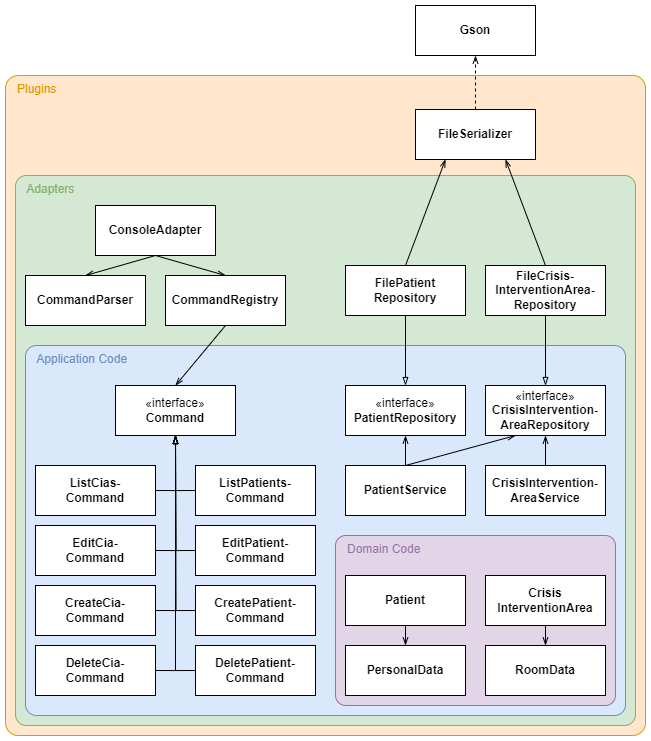
This is docs/img/architecture.drawio.png from Christian-2003/psychiatric-management-tool, a draw.io export, as it was before one commit. Source tidied: cells renumbered, new cells last; positions are measured from the earlier drawing's top-left corner, leaving out a move shared by most shapes.
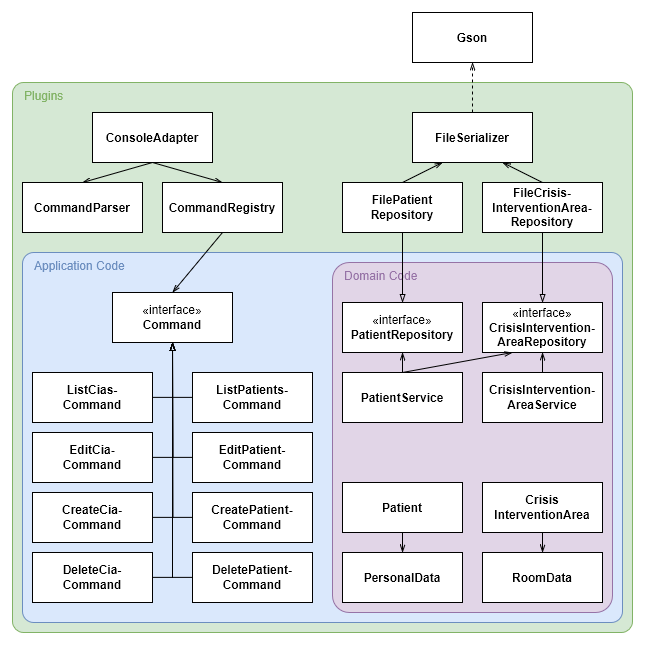
After the commit.

Commit message:
Changes to clean architecture

The edit, as a diff of the source:
```diff
@@ -2,17 +2,14 @@
   <root>
     <mxCell id="0" />
     <mxCell id="1" parent="0" />
-    <mxCell id="2" value="&amp;nbsp; &amp;nbsp;Plugins" style="rounded=1;whiteSpace=wrap;html=1;fillColor=#ffe6cc;strokeColor=#D79B00;align=left;verticalAlign=top;fontColor=#D79B00;arcSize=2;" parent="1" vertex="1">
-      <mxGeometry y="70" width="640" height="660" as="geometry" />
-    </mxCell>
-    <mxCell id="3" value="&amp;nbsp; &amp;nbsp;Adapters" style="rounded=1;whiteSpace=wrap;html=1;fillColor=#d5e8d4;strokeColor=#82B366;align=left;verticalAlign=top;fontColor=#82B366;arcSize=2;" parent="1" vertex="1">
+    <mxCell id="3" value="&amp;nbsp;&amp;nbsp; Plugins" style="rounded=1;whiteSpace=wrap;html=1;fillColor=#d5e8d4;strokeColor=#82B366;align=left;verticalAlign=top;fontColor=#82B366;arcSize=2;" parent="1" vertex="1">
       <mxGeometry x="10" y="170" width="620" height="550" as="geometry" />
     </mxCell>
     <mxCell id="4" value="&amp;nbsp; &amp;nbsp;Application Code" style="rounded=1;whiteSpace=wrap;html=1;fillColor=#dae8fc;strokeColor=#6c8ebf;align=left;verticalAlign=top;fontColor=#6C8EBF;arcSize=3;" parent="1" vertex="1">
       <mxGeometry x="20" y="340" width="600" height="370" as="geometry" />
     </mxCell>
     <mxCell id="5" value="&amp;nbsp; &amp;nbsp;Domain Code" style="rounded=1;whiteSpace=wrap;html=1;fillColor=#e1d5e7;strokeColor=#9673a6;align=left;verticalAlign=top;fontStyle=0;fontColor=#9673A6;arcSize=6;" parent="1" vertex="1">
-      <mxGeometry x="330" y="530" width="280" height="170" as="geometry" />
+      <mxGeometry x="330" y="350" width="280" height="350" as="geometry" />
     </mxCell>
     <mxCell id="6" value="PersonalData" style="rounded=0;whiteSpace=wrap;html=1;fontStyle=1;" parent="1" vertex="1">
       <mxGeometry x="340" y="640" width="120" height="50" as="geometry" />
@@ -36,13 +33,13 @@
       <mxGeometry relative="1" as="geometry" />
     </mxCell>
     <mxCell id="13" value="&lt;div&gt;&lt;font style=&quot;background-color: light-dark(#ffffff, var(--ge-dark-color, #121212));&quot; face=&quot;Helvetica&quot;&gt;&lt;span style=&quot;text-align: left; white-space-collapse: break-spaces;&quot;&gt;«i&lt;/span&gt;nterface&lt;span style=&quot;text-align: left; white-space-collapse: break-spaces; color: rgb(34, 34, 34);&quot;&gt;&lt;font&gt;»&lt;/font&gt;&lt;/span&gt;&lt;/font&gt;&lt;/div&gt;&lt;font&gt;&lt;b style=&quot;background-color: light-dark(#ffffff, var(--ge-dark-color, #121212));&quot;&gt;PatientRepository&lt;/b&gt;&lt;/font&gt;" style="rounded=0;whiteSpace=wrap;html=1;" parent="1" vertex="1">
-      <mxGeometry x="340" y="380" width="120" height="50" as="geometry" />
+      <mxGeometry x="340" y="390" width="120" height="50" as="geometry" />
     </mxCell>
     <mxCell id="14" style="edgeStyle=orthogonalEdgeStyle;rounded=0;jettySize=auto;html=1;exitX=0.5;exitY=1;exitDx=0;exitDy=0;entryX=0.5;entryY=0;entryDx=0;entryDy=0;endArrow=blockThin;endFill=0;" parent="1" edge="1" source="20" target="15">
       <mxGeometry relative="1" as="geometry" />
     </mxCell>
     <mxCell id="15" value="&lt;div&gt;&lt;font style=&quot;background-color: light-dark(#ffffff, var(--ge-dark-color, #121212));&quot; face=&quot;Helvetica&quot;&gt;&lt;span style=&quot;text-align: left; white-space-collapse: break-spaces;&quot;&gt;«i&lt;/span&gt;nterface&lt;span style=&quot;text-align: left; white-space-collapse: break-spaces;&quot;&gt;&lt;font style=&quot;&quot;&gt;»&lt;/font&gt;&lt;/span&gt;&lt;/font&gt;&lt;/div&gt;&lt;font&gt;&lt;b style=&quot;background-color: light-dark(#ffffff, var(--ge-dark-color, #121212));&quot;&gt;CrisisIntervention-&lt;/b&gt;&lt;/font&gt;&lt;div&gt;&lt;font&gt;&lt;b style=&quot;background-color: light-dark(#ffffff, var(--ge-dark-color, #121212));&quot;&gt;AreaRepository&lt;/b&gt;&lt;/font&gt;&lt;/div&gt;" style="rounded=0;whiteSpace=wrap;html=1;" parent="1" vertex="1">
-      <mxGeometry x="480" y="380" width="120" height="50" as="geometry" />
+      <mxGeometry x="480" y="390" width="120" height="50" as="geometry" />
     </mxCell>
     <mxCell id="16" style="rounded=0;jettySize=auto;html=1;exitX=0.5;exitY=1;exitDx=0;exitDy=0;entryX=0.5;entryY=0;entryDx=0;entryDy=0;endArrow=openThin;endFill=0;" parent="1" edge="1" source="18" target="50">
       <mxGeometry relative="1" as="geometry" />
@@ -57,22 +54,22 @@
       <mxGeometry relative="1" as="geometry" />
     </mxCell>
     <mxCell id="20" value="&lt;div&gt;&lt;b style=&quot;color: light-dark(rgb(0, 0, 0), rgb(255, 255, 255)); background-color: light-dark(#ffffff, var(--ge-dark-color, #121212));&quot;&gt;FileCrisis-&lt;/b&gt;&lt;/div&gt;&lt;div&gt;&lt;b style=&quot;color: light-dark(rgb(0, 0, 0), rgb(255, 255, 255)); background-color: light-dark(#ffffff, var(--ge-dark-color, #121212));&quot;&gt;Intervention&lt;/b&gt;&lt;b style=&quot;color: light-dark(rgb(0, 0, 0), rgb(255, 255, 255)); background-color: light-dark(#ffffff, var(--ge-dark-color, #121212));&quot;&gt;Area-&lt;/b&gt;&lt;/div&gt;&lt;div&gt;&lt;b style=&quot;color: light-dark(rgb(0, 0, 0), rgb(255, 255, 255)); background-color: light-dark(#ffffff, var(--ge-dark-color, #121212));&quot;&gt;Repository&lt;/b&gt;&lt;/div&gt;" style="rounded=0;whiteSpace=wrap;html=1;" parent="1" vertex="1">
-      <mxGeometry x="480" y="260" width="120" height="50" as="geometry" />
+      <mxGeometry x="480" y="270" width="120" height="50" as="geometry" />
     </mxCell>
     <mxCell id="21" style="rounded=0;jettySize=auto;html=1;exitX=0.5;exitY=0;exitDx=0;exitDy=0;entryX=0.25;entryY=1;entryDx=0;entryDy=0;endArrow=openThin;endFill=0;" parent="1" edge="1" source="22" target="24">
       <mxGeometry relative="1" as="geometry" />
     </mxCell>
     <mxCell id="22" value="&lt;div&gt;&lt;span style=&quot;background-color: rgb(255, 255, 255);&quot;&gt;&lt;b&gt;FilePatient&lt;/b&gt;&lt;/span&gt;&lt;/div&gt;&lt;div&gt;&lt;span style=&quot;background-color: rgb(255, 255, 255);&quot;&gt;&lt;b&gt;Repository&lt;/b&gt;&lt;/span&gt;&lt;/div&gt;" style="rounded=0;whiteSpace=wrap;html=1;" parent="1" vertex="1">
-      <mxGeometry x="340" y="260" width="120" height="50" as="geometry" />
+      <mxGeometry x="340" y="270" width="120" height="50" as="geometry" />
     </mxCell>
     <mxCell id="23" style="edgeStyle=orthogonalEdgeStyle;rounded=0;jettySize=auto;html=1;exitX=0.5;exitY=0;exitDx=0;exitDy=0;entryX=0.5;entryY=1;entryDx=0;entryDy=0;endArrow=openThin;endFill=0;dashed=1;" parent="1" edge="1" source="24" target="25">
       <mxGeometry relative="1" as="geometry" />
     </mxCell>
     <mxCell id="24" value="&lt;b&gt;FileSerializer&lt;/b&gt;" style="rounded=0;whiteSpace=wrap;html=1;" parent="1" vertex="1">
-      <mxGeometry x="410" y="104" width="120" height="50" as="geometry" />
+      <mxGeometry x="410" y="200" width="120" height="50" as="geometry" />
     </mxCell>
     <mxCell id="25" value="&lt;b&gt;Gson&lt;/b&gt;" style="rounded=0;whiteSpace=wrap;html=1;" parent="1" vertex="1">
-      <mxGeometry x="410" width="120" height="50" as="geometry" />
+      <mxGeometry x="410" y="100" width="120" height="50" as="geometry" />
     </mxCell>
     <mxCell id="26" style="edgeStyle=orthogonalEdgeStyle;rounded=0;jettySize=auto;html=1;exitX=0.5;exitY=0;exitDx=0;exitDy=0;entryX=0.5;entryY=1;entryDx=0;entryDy=0;endArrow=openThin;endFill=0;" parent="1" edge="1" source="28" target="13">
       <mxGeometry relative="1" as="geometry" />
```
